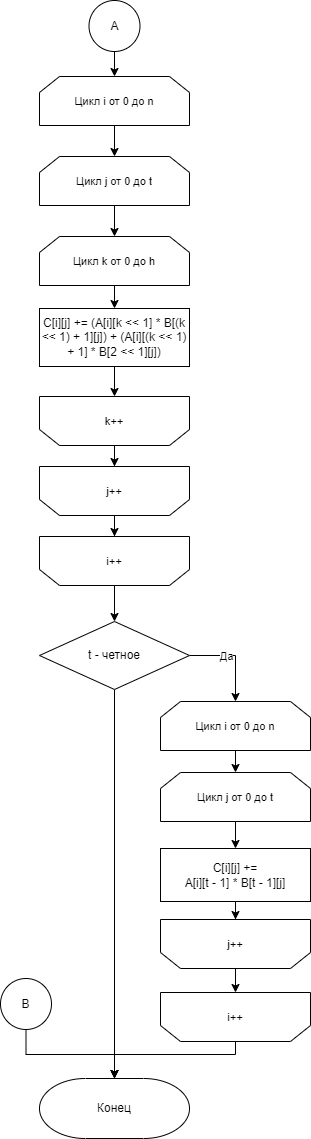
Above: lab_02/docs/img/vinograd_opt_alg_2.png in Mansurow/bmstu-iu7-5sem-AA (draw.io), before the change. Source tidied: cells renumbered, new cells last; positions are measured from the earlier drawing's top-left corner, leaving out a move shared by most shapes.
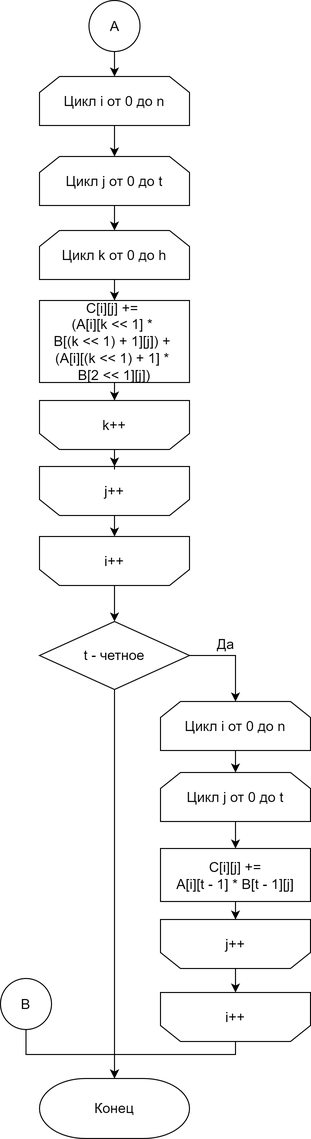
After the commit.

Change to the diagram source:
```diff
@@ -2,82 +2,84 @@
   <root>
     <mxCell id="0" />
     <mxCell id="1" parent="0" />
-    <mxCell id="2" value="Конец" style="strokeWidth=1;html=1;shape=mxgraph.flowchart.terminator;whiteSpace=wrap;" parent="1" vertex="1">
+    <mxCell id="2" value="Конец" style="strokeWidth=1;html=1;shape=mxgraph.flowchart.terminator;whiteSpace=wrap;fontSize=14;" parent="1" vertex="1">
       <mxGeometry x="39" y="1078" width="150" height="60" as="geometry" />
     </mxCell>
-    <mxCell id="3" style="edgeStyle=orthogonalEdgeStyle;rounded=0;jettySize=auto;html=1;" parent="1" edge="1" source="4" target="6">
+    <mxCell id="3" style="edgeStyle=orthogonalEdgeStyle;rounded=0;jettySize=auto;html=1;fontSize=14;" parent="1" edge="1" source="4" target="6">
       <mxGeometry relative="1" as="geometry" />
     </mxCell>
-    <mxCell id="4" value="&lt;span style=&quot;font-size: 11px;&quot;&gt;Цикл i от 0 до n&lt;/span&gt;" style="shape=loopLimit;whiteSpace=wrap;html=1;" parent="1" vertex="1">
+    <mxCell id="4" value="&lt;span style=&quot;font-size: 14px;&quot;&gt;Цикл i от 0 до n&lt;/span&gt;" style="shape=loopLimit;whiteSpace=wrap;html=1;fontSize=14;" parent="1" vertex="1">
       <mxGeometry x="39" y="76" width="150" height="49" as="geometry" />
     </mxCell>
-    <mxCell id="5" style="edgeStyle=orthogonalEdgeStyle;rounded=0;jettySize=auto;html=1;" parent="1" edge="1" source="6" target="8">
+    <mxCell id="5" style="edgeStyle=orthogonalEdgeStyle;rounded=0;jettySize=auto;html=1;fontSize=14;" parent="1" edge="1" source="6" target="8">
       <mxGeometry relative="1" as="geometry" />
     </mxCell>
-    <mxCell id="6" value="&lt;span style=&quot;font-size: 11px;&quot;&gt;Цикл j от 0 до t&lt;/span&gt;" style="shape=loopLimit;whiteSpace=wrap;html=1;" parent="1" vertex="1">
+    <mxCell id="6" value="&lt;span style=&quot;font-size: 14px;&quot;&gt;Цикл j от 0 до t&lt;/span&gt;" style="shape=loopLimit;whiteSpace=wrap;html=1;fontSize=14;" parent="1" vertex="1">
       <mxGeometry x="39" y="156" width="150" height="49" as="geometry" />
     </mxCell>
-    <mxCell id="7" style="edgeStyle=orthogonalEdgeStyle;rounded=0;jettySize=auto;html=1;" parent="1" edge="1" source="8" target="10">
+    <mxCell id="7" style="edgeStyle=orthogonalEdgeStyle;rounded=0;jettySize=auto;html=1;fontSize=14;" parent="1" edge="1" source="8" target="10">
       <mxGeometry relative="1" as="geometry" />
     </mxCell>
-    <mxCell id="8" value="&lt;span style=&quot;font-size: 11px;&quot;&gt;Цикл k от 0 до h&lt;/span&gt;" style="shape=loopLimit;whiteSpace=wrap;html=1;" parent="1" vertex="1">
-      <mxGeometry x="39" y="236" width="150" height="49" as="geometry" />
+    <mxCell id="8" value="&lt;span style=&quot;font-size: 14px;&quot;&gt;Цикл k от 0 до h&lt;/span&gt;" style="shape=loopLimit;whiteSpace=wrap;html=1;fontSize=14;" parent="1" vertex="1">
+      <mxGeometry x="39" y="230" width="150" height="49" as="geometry" />
     </mxCell>
-    <mxCell id="9" style="edgeStyle=orthogonalEdgeStyle;rounded=0;jettySize=auto;html=1;" parent="1" edge="1" source="10" target="16">
+    <mxCell id="9" style="edgeStyle=orthogonalEdgeStyle;rounded=0;jettySize=auto;html=1;fontSize=14;" parent="1" edge="1" source="10" target="16">
       <mxGeometry relative="1" as="geometry" />
     </mxCell>
-    <mxCell id="10" value="C[i][j] +=&amp;nbsp;(A[i][k &amp;lt;&amp;lt; 1] * B[(k &amp;lt;&amp;lt; 1) + 1][j]) + (A[i][(k &amp;lt;&amp;lt; 1) + 1] * B[2 &amp;lt;&amp;lt; 1][j])" style="rounded=0;whiteSpace=wrap;html=1;absoluteArcSize=1;arcSize=14;strokeWidth=1;" parent="1" vertex="1">
-      <mxGeometry x="39" y="308" width="150" height="58" as="geometry" />
+    <mxCell id="10" value="C[i][j] +=&amp;nbsp;&lt;br&gt;(A[i][k &amp;lt;&amp;lt; 1] * &lt;br&gt;B[(k &amp;lt;&amp;lt; 1) + 1][j]) + &lt;br&gt;(A[i][(k &amp;lt;&amp;lt; 1) + 1] * &lt;br&gt;B[2 &amp;lt;&amp;lt; 1][j])" style="rounded=0;whiteSpace=wrap;html=1;absoluteArcSize=1;arcSize=14;strokeWidth=1;fontSize=14;" parent="1" vertex="1">
+      <mxGeometry x="39" y="300" width="150" height="82" as="geometry" />
     </mxCell>
-    <mxCell id="11" style="edgeStyle=orthogonalEdgeStyle;rounded=0;jettySize=auto;html=1;endArrow=classic;endFill=1;" parent="1" edge="1" source="12" target="20">
+    <mxCell id="11" style="edgeStyle=orthogonalEdgeStyle;rounded=0;jettySize=auto;html=1;endArrow=classic;endFill=1;fontSize=14;" parent="1" edge="1" source="12" target="20">
       <mxGeometry relative="1" as="geometry" />
     </mxCell>
-    <mxCell id="12" value="&lt;span style=&quot;font-size: 11px;&quot;&gt;i++&lt;/span&gt;&lt;span style=&quot;color: rgba(0, 0, 0, 0); font-family: monospace; font-size: 0px; text-align: start;&quot;&gt;%3CmxGraphModel%3E%3Croot%3E%3CmxCell%20id%3D%220%22%2F%3E%3CmxCell%20id%3D%221%22%20parent%3D%220%22%2F%3E%3CmxCell%20id%3D%222%22%20value%3D%22%26lt%3Bspan%20style%3D%26quot%3Bfont-size%3A%2011px%3B%26quot%3B%26gt%3B%D0%A6%D0%B8%D0%BA%D0%BB%20i%20%D0%BE%D1%82%200%20%D0%B4%D0%BE%20n%26lt%3B%2Fspan%26gt%3B%22%20style%3D%22shape%3DloopLimit%3BwhiteSpace%3Dwrap%3Bhtml%3D1%3B%22%20vertex%3D%221%22%20parent%3D%221%22%3E%3CmxGeometry%20x%3D%22360%22%20y%3D%22330%22%20width%3D%22150%22%20height%3D%2249%22%20as%3D%22geometry%22%2F%3E%3C%2FmxCell%3E%3C%2Froot%3E%3C%2FmxGraphModel%3E&lt;/span&gt;" style="shape=loopLimit;whiteSpace=wrap;html=1;direction=west;" parent="1" vertex="1">
+    <mxCell id="12" value="i++" style="shape=loopLimit;whiteSpace=wrap;html=1;direction=west;fontSize=14;" parent="1" vertex="1">
       <mxGeometry x="39" y="536" width="150" height="49" as="geometry" />
     </mxCell>
-    <mxCell id="13" style="edgeStyle=orthogonalEdgeStyle;rounded=0;jettySize=auto;html=1;" parent="1" edge="1" source="14" target="12">
+    <mxCell id="13" style="edgeStyle=orthogonalEdgeStyle;rounded=0;jettySize=auto;html=1;fontSize=14;" parent="1" edge="1" source="14" target="12">
       <mxGeometry relative="1" as="geometry" />
     </mxCell>
-    <mxCell id="14" value="&lt;span style=&quot;font-size: 11px;&quot;&gt;j++&lt;/span&gt;" style="shape=loopLimit;whiteSpace=wrap;html=1;direction=west;" parent="1" vertex="1">
+    <mxCell id="14" value="&lt;span style=&quot;font-size: 14px;&quot;&gt;j++&lt;/span&gt;" style="shape=loopLimit;whiteSpace=wrap;html=1;direction=west;fontSize=14;" parent="1" vertex="1">
       <mxGeometry x="39" y="466" width="150" height="49" as="geometry" />
     </mxCell>
-    <mxCell id="15" style="edgeStyle=orthogonalEdgeStyle;rounded=0;jettySize=auto;html=1;entryX=0.5;entryY=1;entryDx=0;entryDy=0;" parent="1" edge="1" source="16" target="14">
+    <mxCell id="15" style="edgeStyle=orthogonalEdgeStyle;rounded=0;jettySize=auto;html=1;entryX=0.5;entryY=1;entryDx=0;entryDy=0;fontSize=14;" parent="1" edge="1" source="16" target="14">
       <mxGeometry relative="1" as="geometry" />
     </mxCell>
-    <mxCell id="16" value="&lt;span style=&quot;font-size: 11px;&quot;&gt;k++&lt;/span&gt;" style="shape=loopLimit;whiteSpace=wrap;html=1;direction=west;" parent="1" vertex="1">
-      <mxGeometry x="39" y="396" width="150" height="49" as="geometry" />
+    <mxCell id="16" value="&lt;span style=&quot;font-size: 14px;&quot;&gt;k++&lt;/span&gt;" style="shape=loopLimit;whiteSpace=wrap;html=1;direction=west;fontSize=14;" parent="1" vertex="1">
+      <mxGeometry x="39" y="400" width="150" height="49" as="geometry" />
     </mxCell>
-    <mxCell id="17" style="edgeStyle=orthogonalEdgeStyle;rounded=0;jettySize=auto;html=1;exitX=1;exitY=0.5;exitDx=0;exitDy=0;endArrow=classic;endFill=1;" parent="1" edge="1" source="20" target="22">
+    <mxCell id="17" style="edgeStyle=orthogonalEdgeStyle;rounded=0;jettySize=auto;html=1;exitX=1;exitY=0.5;exitDx=0;exitDy=0;endArrow=classic;endFill=1;fontSize=14;" parent="1" edge="1" source="20" target="22">
       <mxGeometry relative="1" as="geometry" />
     </mxCell>
-    <mxCell id="18" value="Да" style="edgeLabel;html=1;align=center;verticalAlign=middle;" parent="17" vertex="1">
-      <mxGeometry x="-0.22" relative="1" as="geometry" />
+    <mxCell id="18" value="Да" style="edgeLabel;html=1;align=center;verticalAlign=middle;fontSize=14;" parent="17" vertex="1">
+      <mxGeometry x="-0.22" relative="1" as="geometry">
+        <mxPoint x="-1" y="-12" as="offset" />
+      </mxGeometry>
     </mxCell>
-    <mxCell id="19" style="edgeStyle=orthogonalEdgeStyle;rounded=0;jettySize=auto;html=1;exitX=0.5;exitY=1;exitDx=0;exitDy=0;endArrow=classic;endFill=1;" parent="1" edge="1" source="20" target="2">
+    <mxCell id="19" style="edgeStyle=orthogonalEdgeStyle;rounded=0;jettySize=auto;html=1;exitX=0.5;exitY=1;exitDx=0;exitDy=0;endArrow=classic;endFill=1;fontSize=14;" parent="1" edge="1" source="20" target="2">
       <mxGeometry relative="1" as="geometry" />
     </mxCell>
-    <mxCell id="20" value="t - четное" style="rhombus;whiteSpace=wrap;html=1;" parent="1" vertex="1">
+    <mxCell id="20" value="t - четное" style="rhombus;whiteSpace=wrap;html=1;fontSize=14;" parent="1" vertex="1">
       <mxGeometry x="39" y="621" width="150" height="68" as="geometry" />
     </mxCell>
-    <mxCell id="21" style="edgeStyle=orthogonalEdgeStyle;rounded=0;jettySize=auto;html=1;endArrow=classic;endFill=1;" parent="1" edge="1" source="22" target="24">
+    <mxCell id="21" style="edgeStyle=orthogonalEdgeStyle;rounded=0;jettySize=auto;html=1;endArrow=classic;endFill=1;fontSize=14;" parent="1" edge="1" source="22" target="24">
       <mxGeometry relative="1" as="geometry" />
     </mxCell>
-    <mxCell id="22" value="&lt;span style=&quot;font-size: 11px;&quot;&gt;Цикл i от 0 до n&lt;/span&gt;" style="shape=loopLimit;whiteSpace=wrap;html=1;" parent="1" vertex="1">
+    <mxCell id="22" value="&lt;span style=&quot;font-size: 14px;&quot;&gt;Цикл i от 0 до n&lt;/span&gt;" style="shape=loopLimit;whiteSpace=wrap;html=1;fontSize=14;" parent="1" vertex="1">
       <mxGeometry x="160" y="701" width="150" height="49" as="geometry" />
     </mxCell>
-    <mxCell id="23" style="edgeStyle=orthogonalEdgeStyle;rounded=0;jettySize=auto;html=1;endArrow=classic;endFill=1;" parent="1" edge="1" source="24" target="26">
+    <mxCell id="23" style="edgeStyle=orthogonalEdgeStyle;rounded=0;jettySize=auto;html=1;endArrow=classic;endFill=1;fontSize=14;" parent="1" edge="1" source="24" target="26">
       <mxGeometry relative="1" as="geometry" />
     </mxCell>
-    <mxCell id="24" value="&lt;span style=&quot;font-size: 11px;&quot;&gt;Цикл j от 0 до t&lt;br&gt;&lt;/span&gt;" style="shape=loopLimit;whiteSpace=wrap;html=1;" parent="1" vertex="1">
+    <mxCell id="24" value="&lt;span style=&quot;font-size: 14px;&quot;&gt;Цикл j от 0 до t&lt;br style=&quot;font-size: 14px;&quot;&gt;&lt;/span&gt;" style="shape=loopLimit;whiteSpace=wrap;html=1;fontSize=14;" parent="1" vertex="1">
       <mxGeometry x="160" y="772" width="150" height="49" as="geometry" />
     </mxCell>
-    <mxCell id="25" style="edgeStyle=orthogonalEdgeStyle;rounded=0;jettySize=auto;html=1;endArrow=classic;endFill=1;" parent="1" edge="1" source="26" target="30">
+    <mxCell id="25" style="edgeStyle=orthogonalEdgeStyle;rounded=0;jettySize=auto;html=1;endArrow=classic;endFill=1;fontSize=14;" parent="1" edge="1" source="26" target="30">
       <mxGeometry relative="1" as="geometry" />
     </mxCell>
-    <mxCell id="26" value="C[i][j] +=&lt;br&gt;A[i][t - 1] * B[t - 1][j]" style="rounded=0;whiteSpace=wrap;html=1;absoluteArcSize=1;arcSize=14;strokeWidth=1;" parent="1" vertex="1">
+    <mxCell id="26" value="C[i][j] +=&lt;br style=&quot;font-size: 14px;&quot;&gt;A[i][t - 1] * B[t - 1][j]" style="rounded=0;whiteSpace=wrap;html=1;absoluteArcSize=1;arcSize=14;strokeWidth=1;fontSize=14;" parent="1" vertex="1">
       <mxGeometry x="160" y="848" width="150" height="53" as="geometry" />
     </mxCell>
-    <mxCell id="27" style="edgeStyle=orthogonalEdgeStyle;rounded=0;jettySize=auto;html=1;exitX=0.5;exitY=0;exitDx=0;exitDy=0;endArrow=classic;endFill=1;" parent="1" edge="1" source="28" target="2">
+    <mxCell id="27" style="edgeStyle=orthogonalEdgeStyle;rounded=0;jettySize=auto;html=1;exitX=0.5;exitY=0;exitDx=0;exitDy=0;endArrow=classic;endFill=1;fontSize=14;" parent="1" edge="1" source="28" target="2">
       <mxGeometry relative="1" as="geometry">
         <Array as="points">
           <mxPoint x="235" y="1054" />
@@ -85,22 +87,22 @@
         </Array>
       </mxGeometry>
     </mxCell>
-    <mxCell id="28" value="&lt;span style=&quot;font-size: 11px;&quot;&gt;i++&lt;br&gt;&lt;/span&gt;" style="shape=loopLimit;whiteSpace=wrap;html=1;direction=west;" parent="1" vertex="1">
+    <mxCell id="28" value="&lt;span style=&quot;font-size: 14px;&quot;&gt;i++&lt;br style=&quot;font-size: 14px;&quot;&gt;&lt;/span&gt;" style="shape=loopLimit;whiteSpace=wrap;html=1;direction=west;fontSize=14;" parent="1" vertex="1">
       <mxGeometry x="160" y="992" width="150" height="49" as="geometry" />
     </mxCell>
-    <mxCell id="29" style="edgeStyle=orthogonalEdgeStyle;rounded=0;jettySize=auto;html=1;entryX=0.5;entryY=1;entryDx=0;entryDy=0;endArrow=classic;endFill=1;" parent="1" edge="1" source="30" target="28">
+    <mxCell id="29" style="edgeStyle=orthogonalEdgeStyle;rounded=0;jettySize=auto;html=1;entryX=0.5;entryY=1;entryDx=0;entryDy=0;endArrow=classic;endFill=1;fontSize=14;" parent="1" edge="1" source="30" target="28">
       <mxGeometry relative="1" as="geometry" />
     </mxCell>
-    <mxCell id="30" value="&lt;span style=&quot;font-size: 11px;&quot;&gt;j++&lt;br&gt;&lt;/span&gt;" style="shape=loopLimit;whiteSpace=wrap;html=1;direction=west;" parent="1" vertex="1">
+    <mxCell id="30" value="&lt;span style=&quot;font-size: 14px;&quot;&gt;j++&lt;br style=&quot;font-size: 14px;&quot;&gt;&lt;/span&gt;" style="shape=loopLimit;whiteSpace=wrap;html=1;direction=west;fontSize=14;" parent="1" vertex="1">
       <mxGeometry x="160" y="919" width="150" height="49" as="geometry" />
     </mxCell>
-    <mxCell id="31" style="edgeStyle=orthogonalEdgeStyle;rounded=0;jettySize=auto;html=1;endArrow=classic;endFill=1;" parent="1" edge="1" source="32" target="4">
+    <mxCell id="31" style="edgeStyle=orthogonalEdgeStyle;rounded=0;jettySize=auto;html=1;endArrow=classic;endFill=1;fontSize=14;" parent="1" edge="1" source="32" target="4">
       <mxGeometry relative="1" as="geometry" />
     </mxCell>
-    <mxCell id="32" value="A" style="ellipse;whiteSpace=wrap;html=1;" parent="1" vertex="1">
+    <mxCell id="32" value="A" style="ellipse;whiteSpace=wrap;html=1;fontSize=14;" parent="1" vertex="1">
       <mxGeometry x="88.5" width="51" height="51" as="geometry" />
     </mxCell>
-    <mxCell id="33" style="edgeStyle=orthogonalEdgeStyle;rounded=0;jettySize=auto;html=1;exitX=0.5;exitY=1;exitDx=0;exitDy=0;endArrow=classic;endFill=1;" parent="1" edge="1" source="34" target="2">
+    <mxCell id="33" style="edgeStyle=orthogonalEdgeStyle;rounded=0;jettySize=auto;html=1;exitX=0.5;exitY=1;exitDx=0;exitDy=0;endArrow=classic;endFill=1;fontSize=14;" parent="1" edge="1" source="34" target="2">
       <mxGeometry relative="1" as="geometry">
         <Array as="points">
           <mxPoint x="25" y="1054" />
@@ -108,7 +110,7 @@
         </Array>
       </mxGeometry>
     </mxCell>
-    <mxCell id="34" value="B" style="ellipse;whiteSpace=wrap;html=1;" parent="1" vertex="1">
+    <mxCell id="34" value="B" style="ellipse;whiteSpace=wrap;html=1;fontSize=14;" parent="1" vertex="1">
       <mxGeometry y="978" width="51" height="51" as="geometry" />
     </mxCell>
   </root>
```
